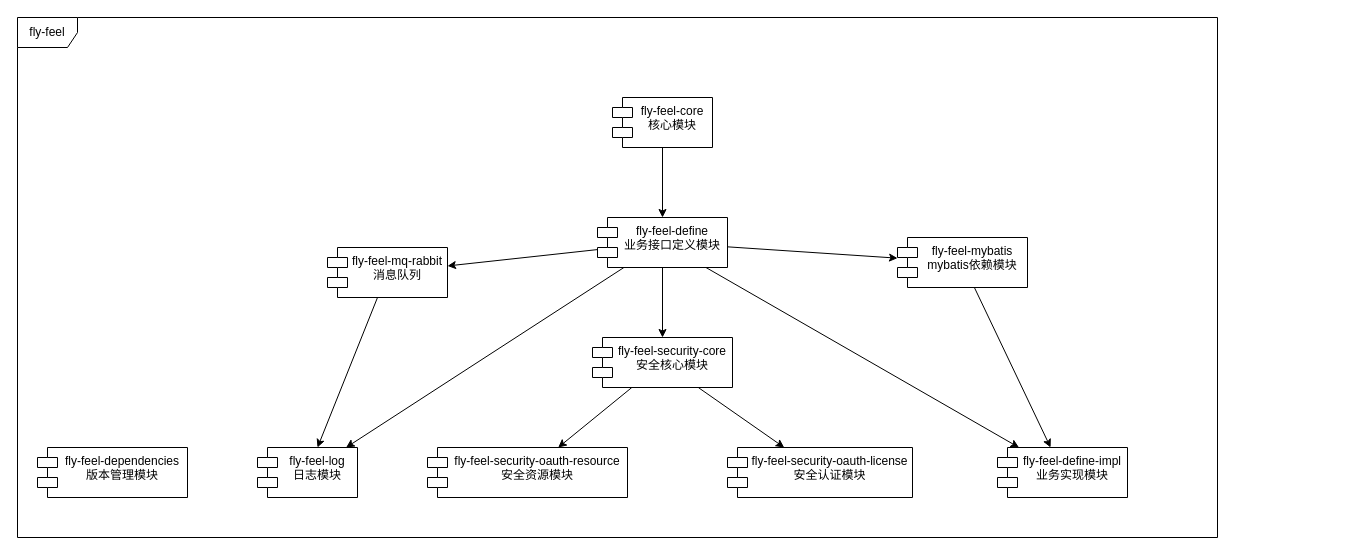
Above: fly-feel-doc/模块依赖关系图.drawio in Cikaros/fly-feel (draw.io), before the change. Source tidied: cells renumbered, new cells numbered last; positions are measured from the earlier drawing's top-left corner, leaving out a move shared by most shapes. Both pictures are drawn from the tidied source at 100%, with x=0, y=0 at pixel (17, 17).
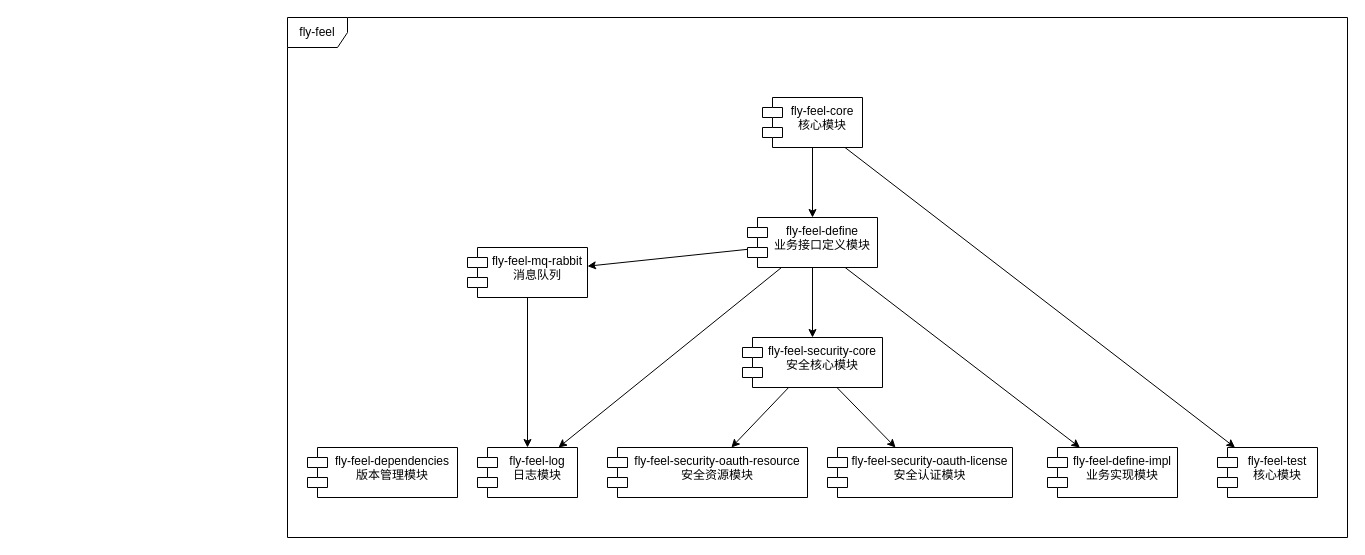
Above is the later version.

Diff of the diagram source:
```diff
@@
     <mxCell id="2" value="fly-feel" style="shape=umlFrame;whiteSpace=wrap;html=1;" parent="1" vertex="1">
-      <mxGeometry width="1200" height="520" as="geometry" />
+      <mxGeometry x="270" width="1060" height="520" as="geometry" />
     </mxCell>
@@
+    <mxCell id="23" style="rounded=0;jettySize=auto;html=1;" parent="1" edge="1" source="4" target="24">
+      <mxGeometry relative="1" as="geometry" />
+    </mxCell>
     <mxCell id="4" value="fly-feel-core&#10;核心模块" style="shape=module;align=left;spacingLeft=20;align=center;verticalAlign=top;" parent="1" vertex="1">
-      <mxGeometry x="595" y="80" width="100" height="50" as="geometry" />
+      <mxGeometry x="745" y="80" width="100" height="50" as="geometry" />
     </mxCell>
@@
-    <mxCell id="8" style="edgeStyle=none;rounded=0;jettySize=auto;html=1;" parent="1" edge="1" source="10" target="13">
-      <mxGeometry relative="1" as="geometry" />
-    </mxCell>
@@
     <mxCell id="10" value="fly-feel-define&#10;业务接口定义模块" style="shape=module;align=left;spacingLeft=20;align=center;verticalAlign=top;" parent="1" vertex="1">
-      <mxGeometry x="580" y="200" width="130" height="50" as="geometry" />
+      <mxGeometry x="730" y="200" width="130" height="50" as="geometry" />
     </mxCell>
     <mxCell id="11" value="fly-feel-dependencies&#10;版本管理模块" style="shape=module;align=left;spacingLeft=20;align=center;verticalAlign=top;" parent="1" vertex="1">
-      <mxGeometry x="20" y="430" width="150" height="50" as="geometry" />
+      <mxGeometry x="290" y="430" width="150" height="50" as="geometry" />
     </mxCell>
-    <mxCell id="12" style="edgeStyle=none;rounded=0;jettySize=auto;html=1;" parent="1" edge="1" source="13" target="14">
-      <mxGeometry relative="1" as="geometry" />
-    </mxCell>
-    <mxCell id="13" value="fly-feel-mybatis&#10;mybatis依赖模块" style="shape=module;align=left;spacingLeft=20;align=center;verticalAlign=top;" parent="1" vertex="1">
-      <mxGeometry x="880" y="220" width="130" height="50" as="geometry" />
-    </mxCell>
     <mxCell id="14" value="fly-feel-define-impl&#10;业务实现模块" style="shape=module;align=left;spacingLeft=20;align=center;verticalAlign=top;" parent="1" vertex="1">
-      <mxGeometry x="980" y="430" width="130" height="50" as="geometry" />
+      <mxGeometry x="1030" y="430" width="130" height="50" as="geometry" />
     </mxCell>
@@
     <mxCell id="17" value="fly-feel-security-core&#10;安全核心模块" style="shape=module;align=left;spacingLeft=20;align=center;verticalAlign=top;" parent="1" vertex="1">
-      <mxGeometry x="575" y="320" width="140" height="50" as="geometry" />
+      <mxGeometry x="725" y="320" width="140" height="50" as="geometry" />
     </mxCell>
     <mxCell id="18" value="fly-feel-security-oauth-license&#10;安全认证模块" style="shape=module;align=left;spacingLeft=20;align=center;verticalAlign=top;" parent="1" vertex="1">
-      <mxGeometry x="710" y="430" width="185" height="50" as="geometry" />
+      <mxGeometry x="810" y="430" width="185" height="50" as="geometry" />
     </mxCell>
     <mxCell id="19" value="fly-feel-security-oauth-resource&#10;安全资源模块" style="shape=module;align=left;spacingLeft=20;align=center;verticalAlign=top;" parent="1" vertex="1">
-      <mxGeometry x="410" y="430" width="200" height="50" as="geometry" />
+      <mxGeometry x="590" y="430" width="200" height="50" as="geometry" />
     </mxCell>
     <mxCell id="20" value="fly-feel-log&#10;日志模块" style="shape=module;align=left;spacingLeft=20;align=center;verticalAlign=top;" parent="1" vertex="1">
-      <mxGeometry x="240" y="430" width="100" height="50" as="geometry" />
+      <mxGeometry x="460" y="430" width="100" height="50" as="geometry" />
     </mxCell>
@@
     <mxCell id="22" value="fly-feel-mq-rabbit&#10;消息队列" style="shape=module;align=left;spacingLeft=20;align=center;verticalAlign=top;" parent="1" vertex="1">
-      <mxGeometry x="310" y="230" width="120" height="50" as="geometry" />
+      <mxGeometry x="450" y="230" width="120" height="50" as="geometry" />
     </mxCell>
+    <mxCell id="24" value="fly-feel-test&#10;核心模块" style="shape=module;align=left;spacingLeft=20;align=center;verticalAlign=top;" parent="1" vertex="1">
+      <mxGeometry x="1200" y="430" width="100" height="50" as="geometry" />
+    </mxCell>
```
